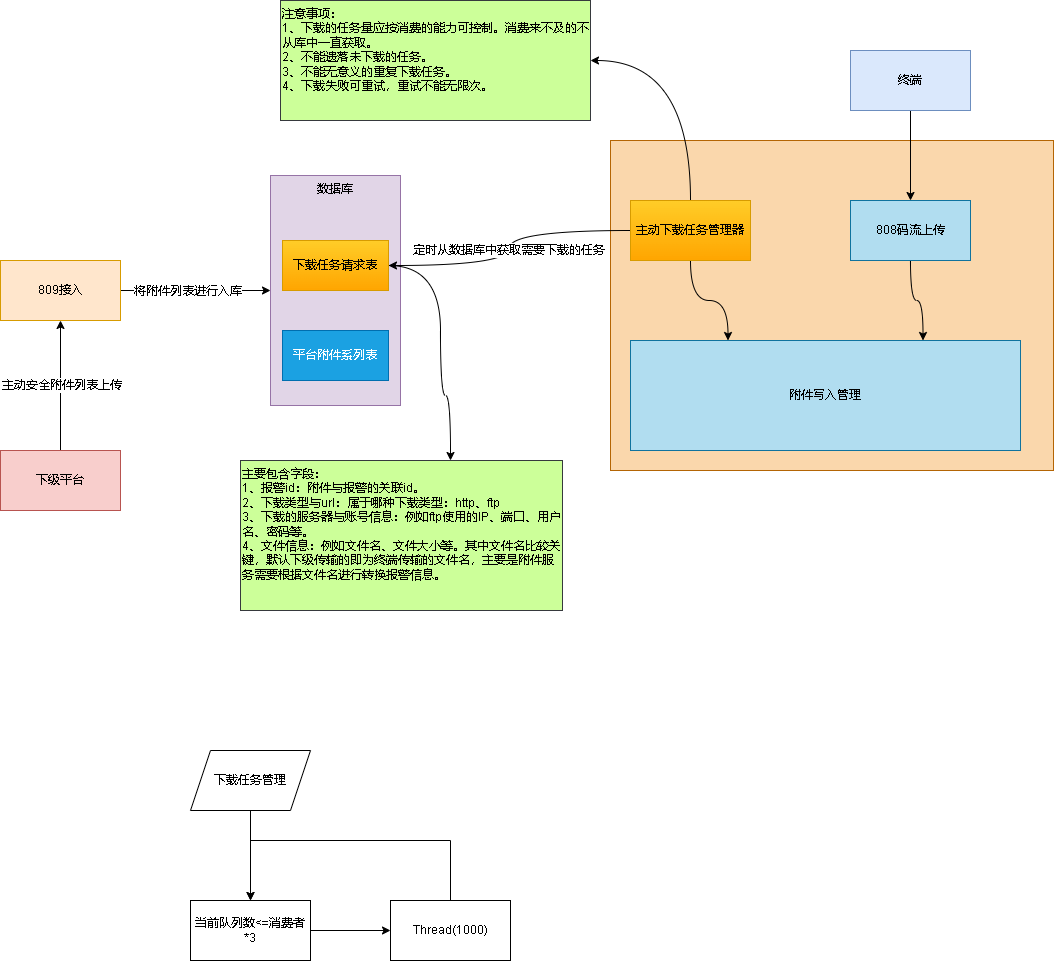
This is 809上传附件列表支持下载.drawio.png from xktder/draw, a draw.io export, as it was before one commit. Source tidied: cells renumbered, new cells last; positions are measured from the earlier drawing's top-left corner, leaving out a move shared by most shapes.
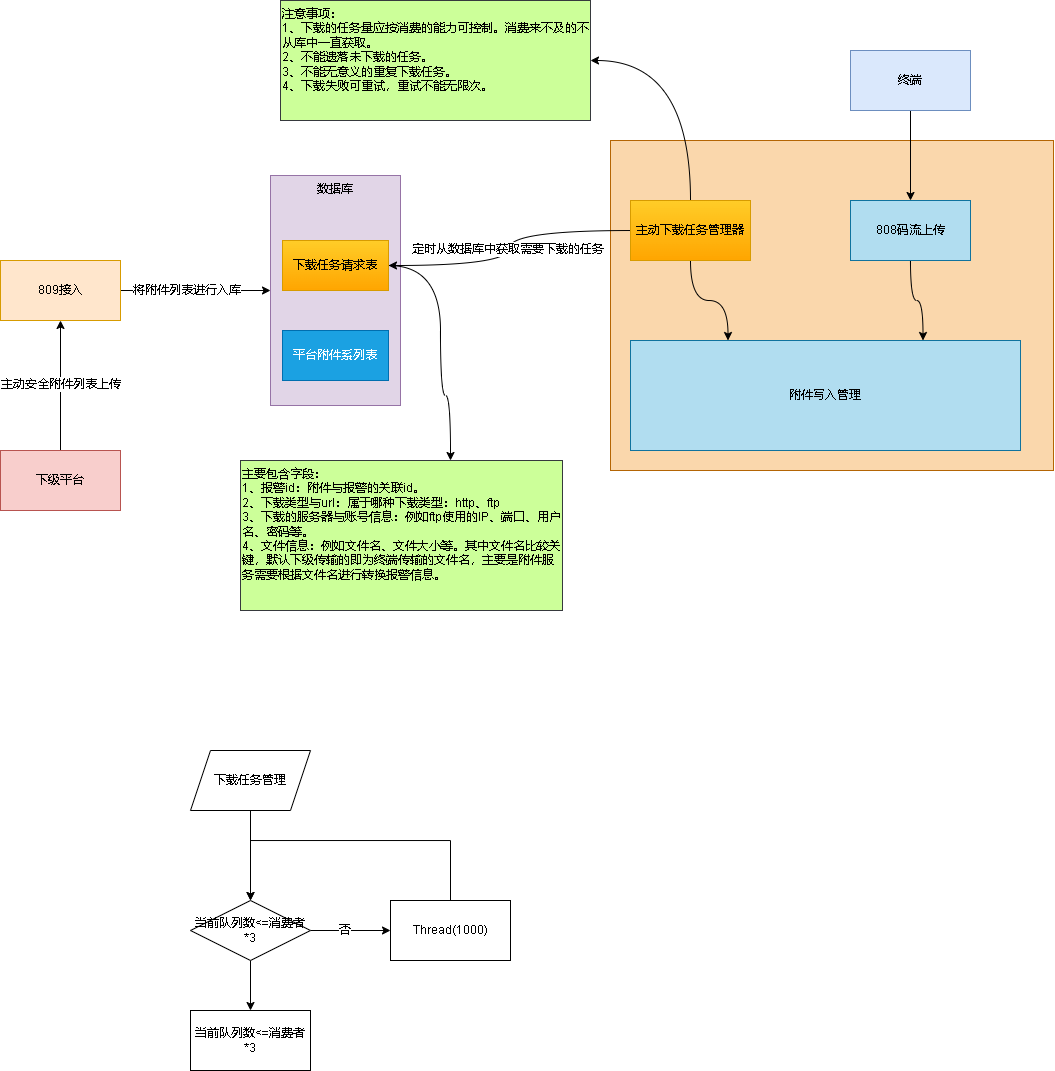
After the change.

Commit message:
更新809上传附件列表支持下载.drawio.png

Change to the diagram source:
```diff
@@ -92,7 +92,13 @@
     <mxCell id="27" style="edgeStyle=orthogonalEdgeStyle;rounded=0;jettySize=auto;html=1;" parent="1" edge="1" source="28" target="30">
       <mxGeometry relative="1" as="geometry" />
     </mxCell>
+    <mxCell id="31" value="否" style="edgeLabel;html=1;align=center;verticalAlign=middle;" parent="27" vertex="1">
+      <mxGeometry x="-0.15" relative="1" as="geometry" />
+    </mxCell>
+    <mxCell id="32" style="edgeStyle=orthogonalEdgeStyle;rounded=0;jettySize=auto;html=1;" parent="1" edge="1" source="28" target="33">
+      <mxGeometry relative="1" as="geometry" />
+    </mxCell>
-    <mxCell id="28" value="当前队列数&amp;lt;=消费者*3" style="whiteSpace=wrap;html=1;" parent="1" vertex="1">
+    <mxCell id="28" value="当前队列数&amp;lt;=消费者*3" style="whiteSpace=wrap;html=1;shape=rhombus;perimeter=rhombusPerimeter;" parent="1" vertex="1">
       <mxGeometry x="190" y="900" width="120" height="60" as="geometry" />
     </mxCell>
     <mxCell id="29" style="edgeStyle=orthogonalEdgeStyle;rounded=0;jettySize=auto;html=1;entryX=0.5;entryY=0;entryDx=0;entryDy=0;" parent="1" edge="1" source="30" target="28">
@@ -106,5 +112,8 @@
     <mxCell id="30" value="Thread(1000)" style="whiteSpace=wrap;html=1;" parent="1" vertex="1">
       <mxGeometry x="390" y="900" width="120" height="60" as="geometry" />
     </mxCell>
+    <mxCell id="33" value="当前队列数&amp;lt;=消费者*3" style="whiteSpace=wrap;html=1;" parent="1" vertex="1">
+      <mxGeometry x="190" y="1010" width="120" height="60" as="geometry" />
+    </mxCell>
   </root>
 </mxGraphModel>
```
